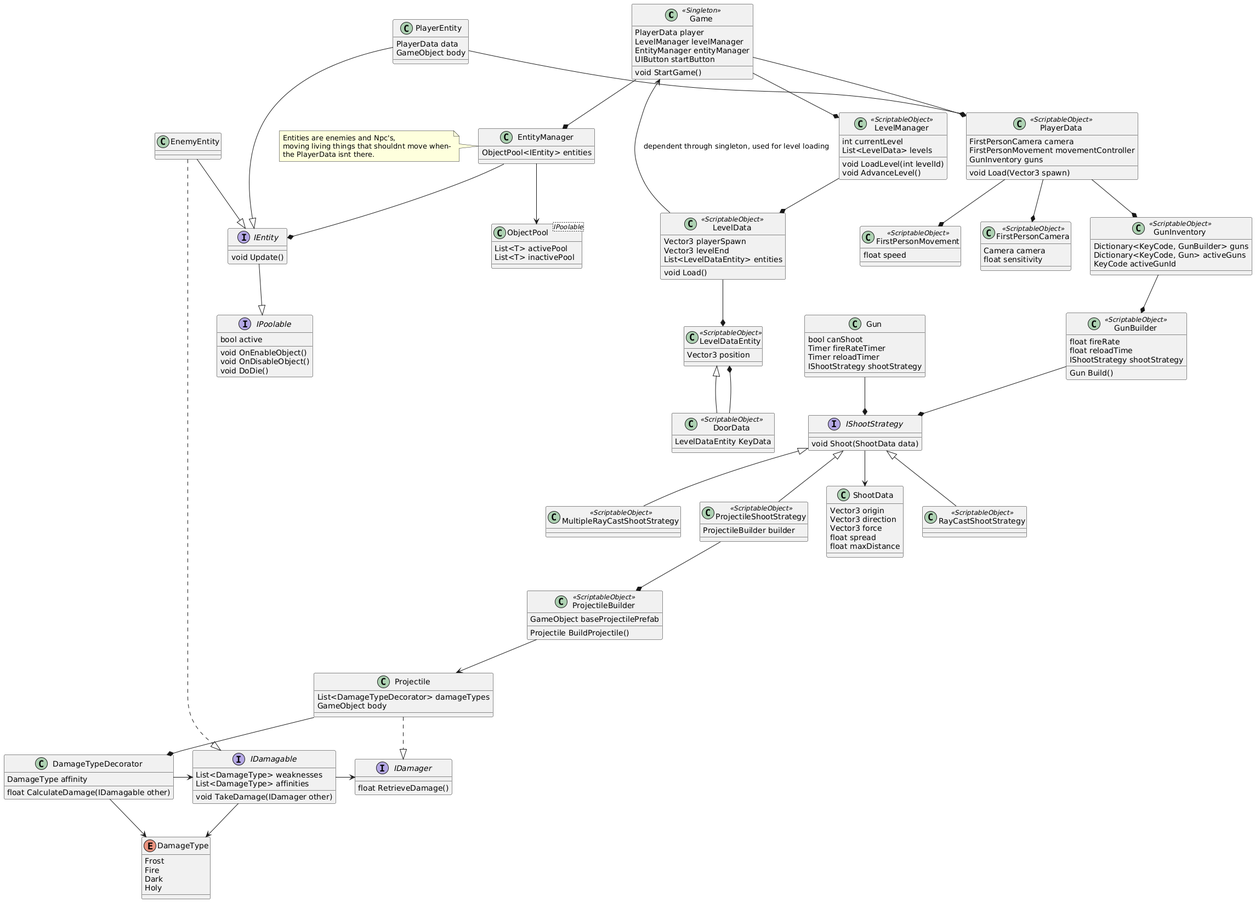
This is UML/Integrated_Gameplay_Systems_Prototype_UML_v2.png from HyruleTrash/HKU-DP4GDV-IGS, a PlantUML export, as it was before one commit.
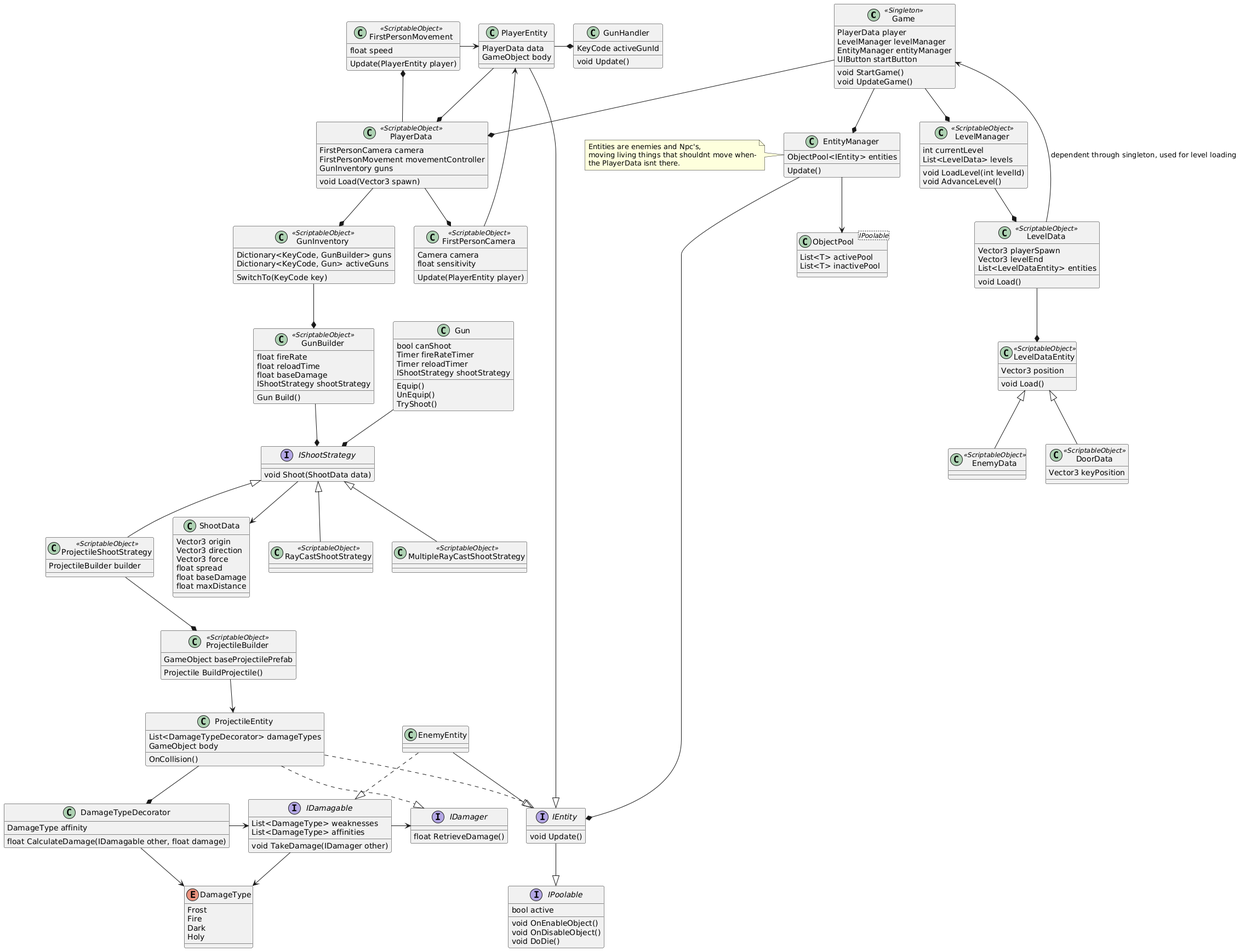
Above is the later version.

Commit message:
Update: added activity diagrams, which made me fix UML mistakes

Diff of the diagram source:
```diff
@@ -5,6 +5,7 @@
 Game : EntityManager entityManager
 Game : UIButton startButton
 Game : void StartGame()
+Game : void UpdateGame()
 Game --* PlayerData
 Game --* LevelManager
 Game --* EntityManager
@@ -20,20 +21,30 @@
 
 Class FirstPersonMovement <<ScriptableObject>>
 FirstPersonMovement : float speed
+FirstPersonMovement : Update(PlayerEntity player)
+FirstPersonMovement -> PlayerEntity
 
 Class FirstPersonCamera <<ScriptableObject>>
 FirstPersonCamera : Camera camera
 FirstPersonCamera : float sensitivity
+FirstPersonCamera : Update(PlayerEntity player)
+FirstPersonCamera -> PlayerEntity
+
+Class GunHandler
+GunHandler : KeyCode activeGunId
+GunHandler : void Update()
+PlayerEntity -* GunHandler
 
 Class GunInventory <<ScriptableObject>>
 GunInventory : Dictionary<KeyCode, GunBuilder> guns
 GunInventory : Dictionary<KeyCode, Gun> activeGuns
-GunInventory : KeyCode activeGunId
+GunInventory : SwitchTo(KeyCode key)
 GunInventory --* GunBuilder
 
 Class GunBuilder <<ScriptableObject>>
 GunBuilder : float fireRate
 GunBuilder : float reloadTime
+GunBuilder : float baseDamage
 GunBuilder : IShootStrategy shootStrategy
 GunBuilder : Gun Build()
 GunBuilder --* IShootStrategy
@@ -43,6 +54,9 @@
 Gun : Timer fireRateTimer
 Gun : Timer reloadTimer
 Gun : IShootStrategy shootStrategy
+Gun : Equip()
+Gun : UnEquip()
+Gun : TryShoot()
 Gun --* IShootStrategy
 
 Interface IShootStrategy
@@ -65,22 +79,25 @@
 ShootData : Vector3 direction
 ShootData : Vector3 force
 ShootData : float spread
+ShootData : float baseDamage
 ShootData : float maxDistance
 
 Class ProjectileBuilder <<ScriptableObject>>
 ProjectileBuilder : GameObject baseProjectilePrefab
 ProjectileBuilder : Projectile BuildProjectile()
-ProjectileBuilder --> Projectile
+ProjectileBuilder --> ProjectileEntity
 
-Class Projectile
-Projectile : List<DamageTypeDecorator> damageTypes
-Projectile : GameObject body
-Projectile --* DamageTypeDecorator
-Projectile ..|> IDamager
+Class ProjectileEntity
+ProjectileEntity : List<DamageTypeDecorator> damageTypes
+ProjectileEntity : GameObject body
+ProjectileEntity : OnCollision()
+ProjectileEntity --* DamageTypeDecorator
+ProjectileEntity ..|> IDamager
+ProjectileEntity ..|> IEntity
 
 Class DamageTypeDecorator
 DamageTypeDecorator : DamageType affinity
-DamageTypeDecorator : float CalculateDamage(IDamagable other)
+DamageTypeDecorator : float CalculateDamage(IDamagable other, float damage)
 DamageType <-- DamageTypeDecorator
 DamageTypeDecorator -> IDamagable
 
@@ -118,14 +135,18 @@
 
 Class LevelDataEntity <<ScriptableObject>>
 LevelDataEntity : Vector3 position
+LevelDataEntity : void Load()
+
+Class EnemyData <<ScriptableObject>>
+LevelDataEntity <|-- EnemyData
 
 Class DoorData <<ScriptableObject>>
-DoorData : LevelDataEntity KeyData
+DoorData : Vector3 keyPosition
 LevelDataEntity <|-- DoorData
-DoorData --* LevelDataEntity
 
 Class EntityManager
 EntityManager : ObjectPool<IEntity> entities
+EntityManager : Update()
 EntityManager --> ObjectPool
 EntityManager --* IEntity
 note left of EntityManager : Entities are enemies and Npc's,\nmoving living things that shouldnt move when-\nthe PlayerData isnt there.
```
